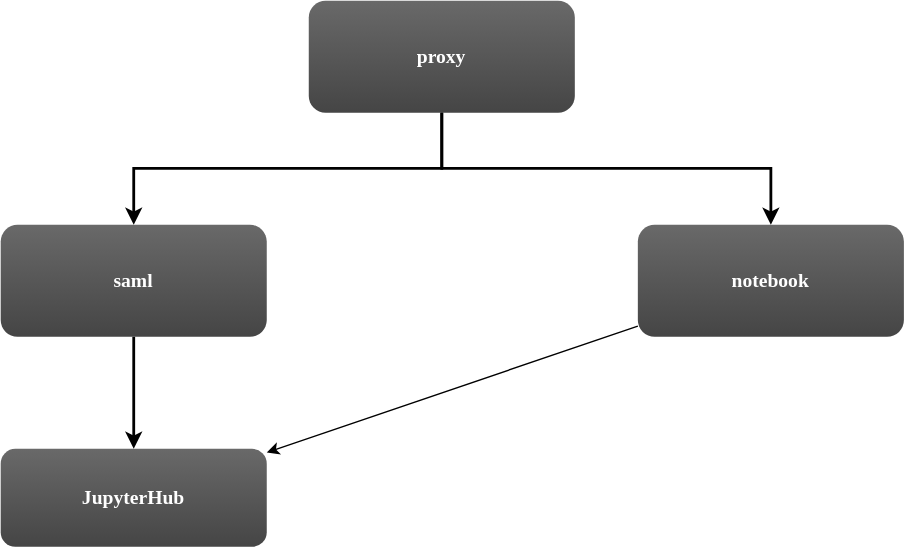
The draw.io diagram diagram.svg in HarryKodden/JupyterHub-SAML, before a commit. Source tidied: cells renumbered, new cells last; positions are measured from the earlier drawing's top-left corner, leaving out a move shared by most shapes.
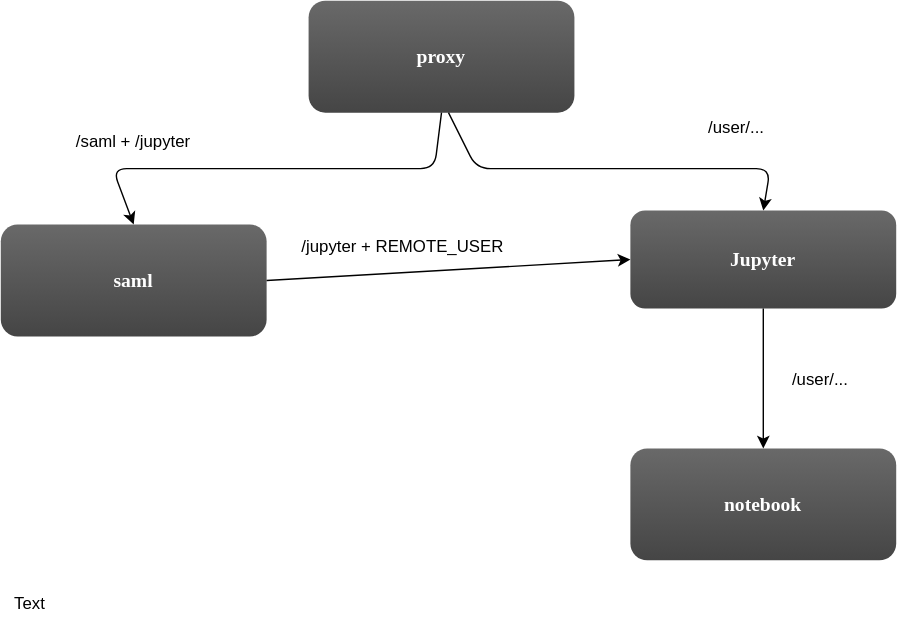
Later version of the same file.

The edit, as a diff of the source:
```diff
@@ -1,4 +1,4 @@
-<mxGraphModel background="#ffffff">
+<mxGraphModel>
   <root>
     <mxCell id="0" />
     <mxCell id="1" parent="0" />
@@ -6,25 +6,51 @@
       <mxGeometry x="220" width="190" height="80" as="geometry" />
     </mxCell>
     <mxCell id="3" value="notebook" style="rounded=1;fillColor=#696969;gradientColor=#454545;strokeColor=none;fontColor=#FFFFFF;fontStyle=1;fontFamily=Tahoma;fontSize=14;" parent="1" vertex="1">
-      <mxGeometry x="455" y="160" width="190" height="80" as="geometry" />
+      <mxGeometry x="450" y="320" width="190" height="80" as="geometry" />
     </mxCell>
     <mxCell id="4" value="saml" style="rounded=1;fillColor=#696969;gradientColor=#454545;strokeColor=none;fontColor=#FFFFFF;fontStyle=1;fontFamily=Tahoma;fontSize=14;" parent="1" vertex="1">
       <mxGeometry y="160" width="190" height="80" as="geometry" />
     </mxCell>
-    <mxCell id="5" value="JupyterHub" style="rounded=1;fillColor=#696969;gradientColor=#454545;strokeColor=none;fontColor=#FFFFFF;fontStyle=1;fontFamily=Tahoma;fontSize=14;" parent="1" vertex="1">
-      <mxGeometry y="320" width="190" height="70" as="geometry" />
+    <mxCell id="5" value="Jupyter" style="rounded=1;fillColor=#696969;gradientColor=#454545;strokeColor=none;fontColor=#FFFFFF;fontStyle=1;fontFamily=Tahoma;fontSize=14;" parent="1" vertex="1">
+      <mxGeometry x="450" y="150" width="190" height="70" as="geometry" />
     </mxCell>
-    <mxCell id="6" style="edgeStyle=elbowEdgeStyle;elbow=vertical;strokeWidth=2;rounded=0;" parent="1" edge="1" source="2" target="3">
-      <mxGeometry x="370" y="90" as="geometry" />
-    </mxCell>
+    <mxCell id="10" style="endArrow=classic;html=1;entryX=0.5;entryY=0;" parent="1" edge="1" target="5">
+      <mxGeometry relative="1" as="geometry">
+        <mxPoint x="320" y="80" as="sourcePoint" />
+        <Array as="points">
+          <mxPoint x="340" y="120" />
+          <mxPoint x="550" y="120" />
+        </Array>
+      </mxGeometry>
+    </mxCell>
-    <mxCell id="7" style="edgeStyle=elbowEdgeStyle;elbow=vertical;strokeWidth=2;rounded=0;" parent="1" edge="1" source="2" target="4">
-      <mxGeometry as="geometry" />
+    <mxCell id="7" style="endArrow=classic;html=1;entryX=0.5;entryY=0;exitX=0.5;exitY=1;" parent="1" edge="1" source="2" target="4">
+      <mxGeometry relative="1" as="geometry">
+        <Array as="points">
+          <mxPoint x="310" y="120" />
+          <mxPoint x="80" y="120" />
+        </Array>
+      </mxGeometry>
     </mxCell>
+    <mxCell id="11" style="endArrow=classic;html=1;entryX=0.5;entryY=0;exitX=0.5;exitY=1;" parent="1" edge="1" source="5" target="3">
+      <mxGeometry relative="1" as="geometry" />
+    </mxCell>
-    <mxCell id="8" style="edgeStyle=elbowEdgeStyle;elbow=vertical;strokeWidth=2;rounded=0;" parent="1" edge="1" source="4" target="5">
-      <mxGeometry as="geometry" />
+    <mxCell id="8" style="endArrow=classic;html=1;entryX=0;entryY=0.5;exitX=1;exitY=0.5;" parent="1" edge="1" source="4" target="5">
+      <mxGeometry relative="1" as="geometry" />
     </mxCell>
-    <mxCell id="9" style="endArrow=classic;html=1;" parent="1" edge="1" source="3" target="5">
-      <mxGeometry relative="1" as="geometry" />
-    </mxCell>
+    <mxCell id="12" value="Text" style="text;html=1;strokeColor=none;fillColor=none;align=center;verticalAlign=middle;whiteSpace=wrap;rounded=0;" parent="1" vertex="1">
+      <mxGeometry y="420" width="40" height="20" as="geometry" />
+    </mxCell>
+    <mxCell id="13" value="/saml + /jupyter" style="text;html=1;strokeColor=none;fillColor=none;align=center;verticalAlign=middle;whiteSpace=wrap;rounded=0;" parent="1" vertex="1">
+      <mxGeometry x="40" y="90" width="110" height="20" as="geometry" />
+    </mxCell>
+    <mxCell id="14" value="/user/..." style="text;html=1;strokeColor=none;fillColor=none;align=center;verticalAlign=middle;whiteSpace=wrap;rounded=0;" parent="1" vertex="1">
+      <mxGeometry x="470" y="80" width="110" height="20" as="geometry" />
+    </mxCell>
+    <mxCell id="15" value="/jupyter + REMOTE_USER" style="text;html=1;strokeColor=none;fillColor=none;align=center;verticalAlign=middle;whiteSpace=wrap;rounded=0;" parent="1" vertex="1">
+      <mxGeometry x="205" y="165" width="165" height="20" as="geometry" />
+    </mxCell>
+    <mxCell id="16" value="/user/..." style="text;html=1;strokeColor=none;fillColor=none;align=center;verticalAlign=middle;whiteSpace=wrap;rounded=0;" parent="1" vertex="1">
+      <mxGeometry x="530" y="260" width="110" height="20" as="geometry" />
+    </mxCell>
   </root>
 </mxGraphModel>
```
